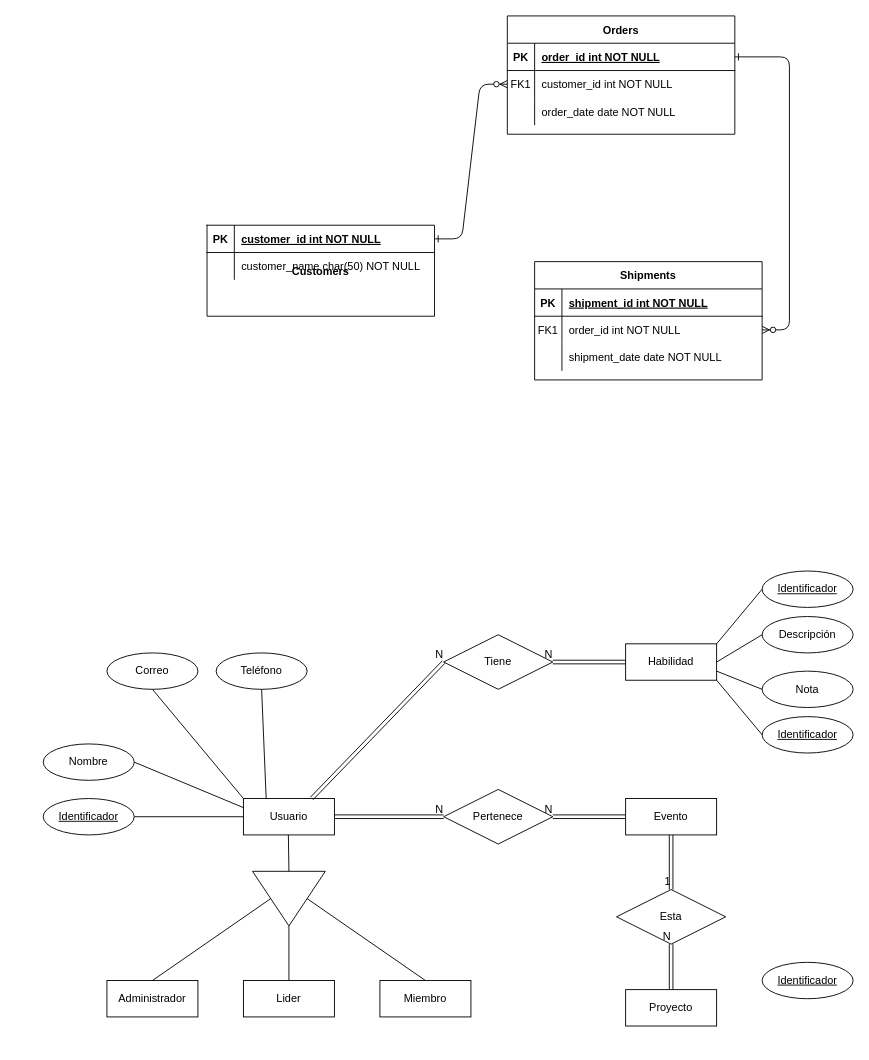
This is E-R Diagram.drawio from Carlosfuentes23/Proyecto-tesis, a draw.io file, before an edit. Source tidied: cells renumbered, new cells numbered last; positions are measured from the earlier drawing's top-left corner, leaving out a move shared by most shapes. Both pictures are drawn from the tidied source at 91%, with x=0, y=0 at pixel (43, 15).
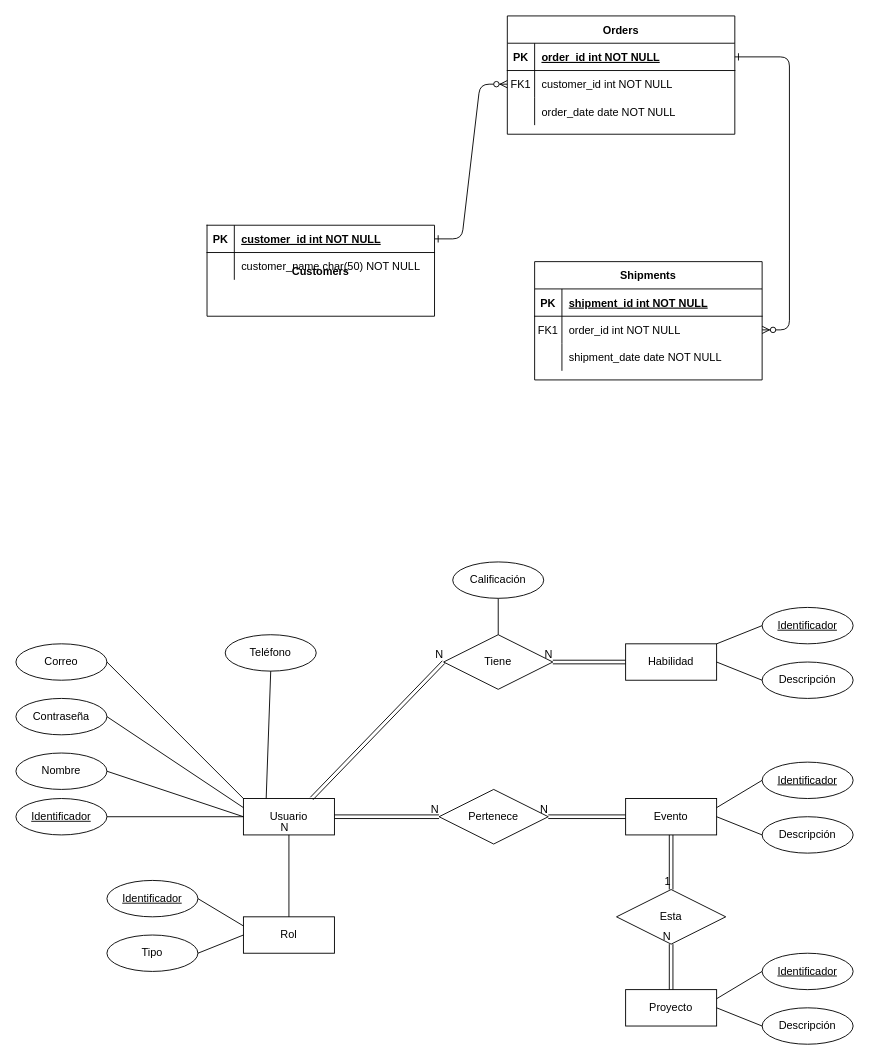
Above is the later version.

The change refers to these unchanged cells:
```xml
<mxCell id="31" value="Usuario" style="whiteSpace=wrap;html=1;align=center;" parent="1" vertex="1">
  <mxGeometry x="220" y="860" width="100" height="40" as="geometry" />
</mxCell>
<mxCell id="32" value="Proyecto" style="whiteSpace=wrap;html=1;align=center;" parent="1" vertex="1">
  <mxGeometry x="640" y="1070" width="100" height="40" as="geometry" />
</mxCell>
<mxCell id="33" value="Evento" style="whiteSpace=wrap;html=1;align=center;" parent="1" vertex="1">
  <mxGeometry x="640" y="860" width="100" height="40" as="geometry" />
</mxCell>
<mxCell id="45" value="Habilidad" style="whiteSpace=wrap;html=1;align=center;" parent="1" vertex="1">
  <mxGeometry x="640" y="690" width="100" height="40" as="geometry" />
</mxCell>
<mxCell id="47" value="Tiene" style="shape=rhombus;perimeter=rhombusPerimeter;whiteSpace=wrap;html=1;align=center;" parent="1" vertex="1">
  <mxGeometry x="440" y="680" width="120" height="60" as="geometry" />
</mxCell>
```

The edit, as a diff of the source:
```diff
@@
-    <mxCell id="34" style="triangle;whiteSpace=wrap;html=1;rotation=90;" parent="1" vertex="1">
-      <mxGeometry x="240" y="930" width="60" height="80" as="geometry" />
-    </mxCell>
-    <mxCell id="35" value="Administrador" style="whiteSpace=wrap;html=1;align=center;" parent="1" vertex="1">
-      <mxGeometry x="70" y="1060" width="100" height="40" as="geometry" />
-    </mxCell>
-    <mxCell id="36" value="Lider" style="whiteSpace=wrap;html=1;align=center;" parent="1" vertex="1">
-      <mxGeometry x="220" y="1060" width="100" height="40" as="geometry" />
-    </mxCell>
-    <mxCell id="37" value="Miembro" style="whiteSpace=wrap;html=1;align=center;" parent="1" vertex="1">
-      <mxGeometry x="370" y="1060" width="100" height="40" as="geometry" />
-    </mxCell>
     <mxCell id="38" value="Identificador" style="ellipse;whiteSpace=wrap;html=1;align=center;fontStyle=4;" parent="1" vertex="1">
-      <mxGeometry y="860" width="100" height="40" as="geometry" />
+      <mxGeometry x="-30" y="860" width="100" height="40" as="geometry" />
     </mxCell>
     <mxCell id="39" value="Nombre" style="ellipse;whiteSpace=wrap;html=1;align=center;" parent="1" vertex="1">
-      <mxGeometry y="800" width="100" height="40" as="geometry" />
+      <mxGeometry x="-30" y="810" width="100" height="40" as="geometry" />
     </mxCell>
     <mxCell id="40" value="Correo" style="ellipse;whiteSpace=wrap;html=1;align=center;" parent="1" vertex="1">
-      <mxGeometry x="70" y="700" width="100" height="40" as="geometry" />
+      <mxGeometry x="-30" y="690" width="100" height="40" as="geometry" />
     </mxCell>
     <mxCell id="41" value="Teléfono" style="ellipse;whiteSpace=wrap;html=1;align=center;" parent="1" vertex="1">
-      <mxGeometry x="190" y="700" width="100" height="40" as="geometry" />
+      <mxGeometry x="200" y="680" width="100" height="40" as="geometry" />
     </mxCell>
-    <mxCell id="42" style="endArrow=none;html=1;rounded=0;exitX=0.5;exitY=1;exitDx=0;exitDy=0;entryX=0;entryY=0;entryDx=0;entryDy=0;" parent="1" edge="1" source="40" target="31">
+    <mxCell id="42" style="endArrow=none;html=1;rounded=0;exitX=1;exitY=0.5;exitDx=0;exitDy=0;entryX=0;entryY=0;entryDx=0;entryDy=0;" parent="1" edge="1" source="40" target="31">
       <mxGeometry relative="1" as="geometry" />
     </mxCell>
@@
-    <mxCell id="44" style="endArrow=none;html=1;rounded=0;entryX=0;entryY=0.5;entryDx=0;entryDy=0;" parent="1" edge="1" target="34">
-      <mxGeometry relative="1" as="geometry">
-        <mxPoint x="269.4" y="900" as="sourcePoint" />
-      </mxGeometry>
-    </mxCell>
@@
     <mxCell id="46" value="Pertenece" style="shape=rhombus;perimeter=rhombusPerimeter;whiteSpace=wrap;html=1;align=center;" parent="1" vertex="1">
-      <mxGeometry x="440" y="850" width="120" height="60" as="geometry" />
+      <mxGeometry x="435" y="850" width="120" height="60" as="geometry" />
     </mxCell>
@@
-    <mxCell id="49" value="Identificador" style="ellipse;whiteSpace=wrap;html=1;align=center;fontStyle=4;" parent="1" vertex="1">
-      <mxGeometry x="790" y="770" width="100" height="40" as="geometry" />
-    </mxCell>
     <mxCell id="50" value="Identificador" style="ellipse;whiteSpace=wrap;html=1;align=center;fontStyle=4;" parent="1" vertex="1">
-      <mxGeometry x="790" y="1040" width="100" height="40" as="geometry" />
+      <mxGeometry x="790" y="1030" width="100" height="40" as="geometry" />
     </mxCell>
     <mxCell id="51" value="Identificador" style="ellipse;whiteSpace=wrap;html=1;align=center;fontStyle=4;" parent="1" vertex="1">
-      <mxGeometry x="790" y="610" width="100" height="40" as="geometry" />
+      <mxGeometry x="790" y="650" width="100" height="40" as="geometry" />
     </mxCell>
     <mxCell id="52" value="Descripción" style="ellipse;whiteSpace=wrap;html=1;align=center;" parent="1" vertex="1">
-      <mxGeometry x="790" y="660" width="100" height="40" as="geometry" />
+      <mxGeometry x="790" y="710" width="100" height="40" as="geometry" />
     </mxCell>
-    <mxCell id="53" value="Nota" style="ellipse;whiteSpace=wrap;html=1;align=center;" parent="1" vertex="1">
-      <mxGeometry x="790" y="720" width="100" height="40" as="geometry" />
-    </mxCell>
-    <mxCell id="54" style="endArrow=none;html=1;rounded=0;exitX=1;exitY=0.5;exitDx=0;exitDy=0;entryX=0.5;entryY=0;entryDx=0;entryDy=0;" parent="1" edge="1" source="34" target="36">
-      <mxGeometry relative="1" as="geometry" />
-    </mxCell>
-    <mxCell id="55" style="endArrow=none;html=1;rounded=0;exitX=0.5;exitY=1;exitDx=0;exitDy=0;entryX=0.5;entryY=0;entryDx=0;entryDy=0;" parent="1" edge="1" source="34" target="35">
-      <mxGeometry relative="1" as="geometry" />
-    </mxCell>
-    <mxCell id="56" style="endArrow=none;html=1;rounded=0;exitX=0.5;exitY=0;exitDx=0;exitDy=0;entryX=0.5;entryY=0;entryDx=0;entryDy=0;" parent="1" edge="1" source="34" target="37">
-      <mxGeometry relative="1" as="geometry" />
-    </mxCell>
-    <mxCell id="57" style="endArrow=none;html=1;rounded=0;exitX=1;exitY=0.5;exitDx=0;exitDy=0;entryX=0;entryY=0.25;entryDx=0;entryDy=0;" parent="1" edge="1" source="39" target="31">
+    <mxCell id="57" style="endArrow=none;html=1;rounded=0;exitX=1;exitY=0.5;exitDx=0;exitDy=0;entryX=0;entryY=0.5;entryDx=0;entryDy=0;" parent="1" edge="1" source="39" target="31">
       <mxGeometry relative="1" as="geometry" />
     </mxCell>
@@
-    <mxCell id="60" style="endArrow=none;html=1;rounded=0;entryX=0;entryY=0.5;entryDx=0;entryDy=0;exitX=1;exitY=0.75;exitDx=0;exitDy=0;" parent="1" edge="1" source="45" target="53">
+    <mxCell id="60" style="endArrow=none;html=1;rounded=0;entryX=0.5;entryY=1;entryDx=0;entryDy=0;exitX=0.5;exitY=0;exitDx=0;exitDy=0;" parent="1" edge="1" source="47" target="89">
       <mxGeometry relative="1" as="geometry" />
     </mxCell>
-    <mxCell id="61" style="endArrow=none;html=1;rounded=0;entryX=0;entryY=0.5;entryDx=0;entryDy=0;exitX=1;exitY=1;exitDx=0;exitDy=0;" parent="1" edge="1" source="45" target="49">
-      <mxGeometry relative="1" as="geometry" />
-    </mxCell>
@@
+    <mxCell id="75" value="Contraseña" style="ellipse;whiteSpace=wrap;html=1;align=center;" parent="1" vertex="1">
+      <mxGeometry x="-30" y="750" width="100" height="40" as="geometry" />
+    </mxCell>
+    <mxCell id="76" style="endArrow=none;html=1;rounded=0;entryX=1;entryY=0.5;entryDx=0;entryDy=0;" parent="1" edge="1" target="75">
+      <mxGeometry relative="1" as="geometry">
+        <mxPoint x="220" y="870" as="sourcePoint" />
+      </mxGeometry>
+    </mxCell>
+    <mxCell id="77" value="Identificador" style="ellipse;whiteSpace=wrap;html=1;align=center;fontStyle=4;" parent="1" vertex="1">
+      <mxGeometry x="790" y="820" width="100" height="40" as="geometry" />
+    </mxCell>
+    <mxCell id="78" value="Descripción" style="ellipse;whiteSpace=wrap;html=1;align=center;" parent="1" vertex="1">
+      <mxGeometry x="790" y="880" width="100" height="40" as="geometry" />
+    </mxCell>
+    <mxCell id="79" value="Descripción" style="ellipse;whiteSpace=wrap;html=1;align=center;" parent="1" vertex="1">
+      <mxGeometry x="790" y="1090" width="100" height="40" as="geometry" />
+    </mxCell>
+    <mxCell id="80" style="endArrow=none;html=1;rounded=0;entryX=0;entryY=0.5;entryDx=0;entryDy=0;" parent="1" edge="1" target="77">
+      <mxGeometry relative="1" as="geometry">
+        <mxPoint x="740" y="870" as="sourcePoint" />
+      </mxGeometry>
+    </mxCell>
+    <mxCell id="81" style="endArrow=none;html=1;rounded=0;entryX=0;entryY=0.5;entryDx=0;entryDy=0;exitX=1;exitY=0.5;exitDx=0;exitDy=0;" parent="1" edge="1" source="33" target="78">
+      <mxGeometry relative="1" as="geometry" />
+    </mxCell>
+    <mxCell id="82" style="endArrow=none;html=1;rounded=0;entryX=1;entryY=0.25;entryDx=0;entryDy=0;exitX=0;exitY=0.5;exitDx=0;exitDy=0;" parent="1" edge="1" source="50" target="32">
+      <mxGeometry relative="1" as="geometry" />
+    </mxCell>
+    <mxCell id="83" style="endArrow=none;html=1;rounded=0;entryX=0;entryY=0.5;entryDx=0;entryDy=0;exitX=1;exitY=0.5;exitDx=0;exitDy=0;" parent="1" edge="1" source="32" target="79">
+      <mxGeometry relative="1" as="geometry" />
+    </mxCell>
+    <mxCell id="84" value="Rol" style="whiteSpace=wrap;html=1;align=center;" parent="1" vertex="1">
+      <mxGeometry x="220" y="990" width="100" height="40" as="geometry" />
+    </mxCell>
+    <mxCell id="85" value="Tipo" style="ellipse;whiteSpace=wrap;html=1;align=center;" parent="1" vertex="1">
+      <mxGeometry x="70" y="1010" width="100" height="40" as="geometry" />
+    </mxCell>
+    <mxCell id="86" value="Identificador" style="ellipse;whiteSpace=wrap;html=1;align=center;fontStyle=4;" parent="1" vertex="1">
+      <mxGeometry x="70" y="950" width="100" height="40" as="geometry" />
+    </mxCell>
+    <mxCell id="87" style="endArrow=none;html=1;rounded=0;exitX=1;exitY=0.5;exitDx=0;exitDy=0;entryX=0;entryY=0.5;entryDx=0;entryDy=0;" parent="1" edge="1" source="85" target="84">
+      <mxGeometry relative="1" as="geometry" />
+    </mxCell>
+    <mxCell id="88" style="endArrow=none;html=1;rounded=0;exitX=1;exitY=0.5;exitDx=0;exitDy=0;entryX=0;entryY=0.25;entryDx=0;entryDy=0;" parent="1" edge="1" source="86" target="84">
+      <mxGeometry relative="1" as="geometry" />
+    </mxCell>
+    <mxCell id="89" value="Calificación" style="ellipse;whiteSpace=wrap;html=1;align=center;" parent="1" vertex="1">
+      <mxGeometry x="450" y="600" width="100" height="40" as="geometry" />
+    </mxCell>
+    <mxCell id="90" style="endArrow=none;html=1;rounded=0;exitX=0.5;exitY=0;exitDx=0;exitDy=0;entryX=0.5;entryY=1;entryDx=0;entryDy=0;" parent="1" edge="1" source="84" target="31">
+      <mxGeometry relative="1" as="geometry" />
+    </mxCell>
+    <mxCell id="91" value="N" style="html=1;align=right;verticalAlign=bottom;" parent="90" vertex="1">
+      <mxGeometry x="1" relative="1" as="geometry" />
+    </mxCell>
```
